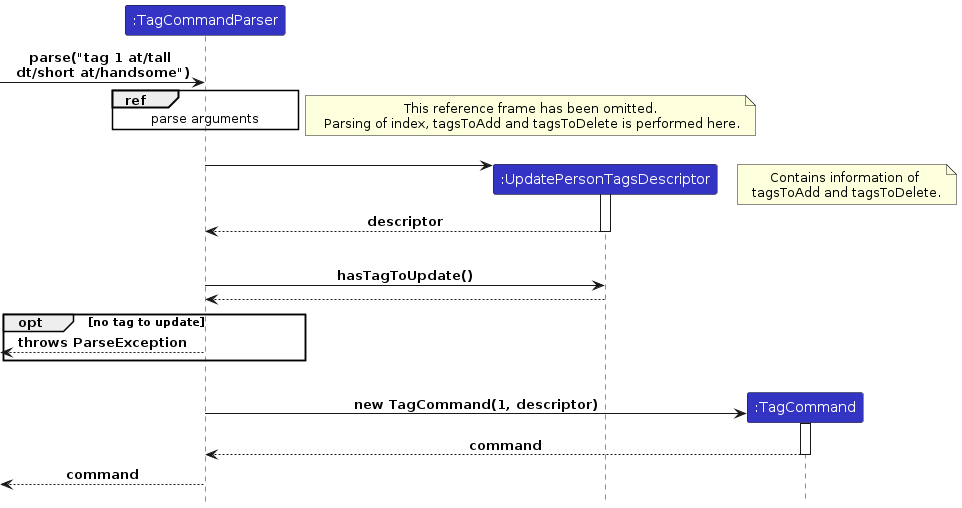
This is diagrams/tag-feature/ParseSequenceDiagram.png from yucongkoo/tp, a PlantUML export, as it was before one commit. Its source is kept beside it as diagrams/tag-feature/ParseSequenceDiagram.puml.
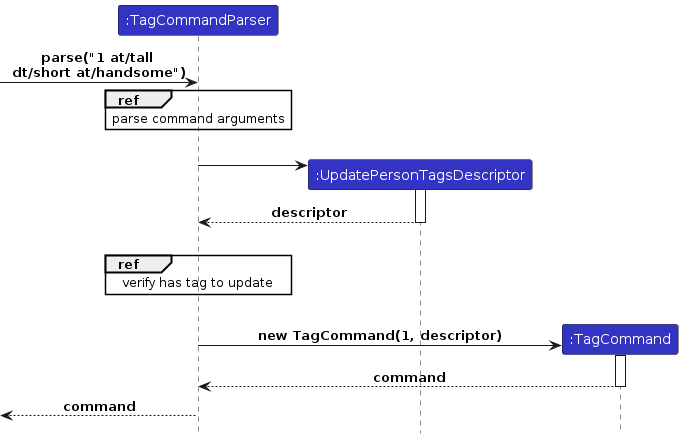
Above is the later version.

The edit, as a diff of the source:
```diff
@@ -6,23 +6,15 @@
 participant ":UpdatePersonTagsDescriptor" as UpdatePersonTagsDescriptor LOGIC_COLOR
 participant ":TagCommand" as TagCommand LOGIC_COLOR
 
-[-> TagCommandParser : parse("tag 1 at/tall \ndt/short at/handsome")
-ref over TagCommandParser: parse arguments
-note right: This reference frame has been omitted.\n Parsing of index, tagsToAdd and tagsToDelete is performed here.
+[-> TagCommandParser : parse("1 at/tall \ndt/short at/handsome")
+ref over TagCommandParser: parse command arguments
 |||
 create UpdatePersonTagsDescriptor
 TagCommandParser -> UpdatePersonTagsDescriptor
 activate UpdatePersonTagsDescriptor
-note right: Contains information of \ntagsToAdd and tagsToDelete.
 return descriptor
 |||
-TagCommandParser -> UpdatePersonTagsDescriptor: hasTagToUpdate()
-return
-
-opt no tag to update
-    [<--TagCommandParser: throws ParseException
-
-end
+ref over TagCommandParser: verify has tag to update
 |||
 create TagCommand
     TagCommandParser -> TagCommand: new TagCommand(1, descriptor)
```
